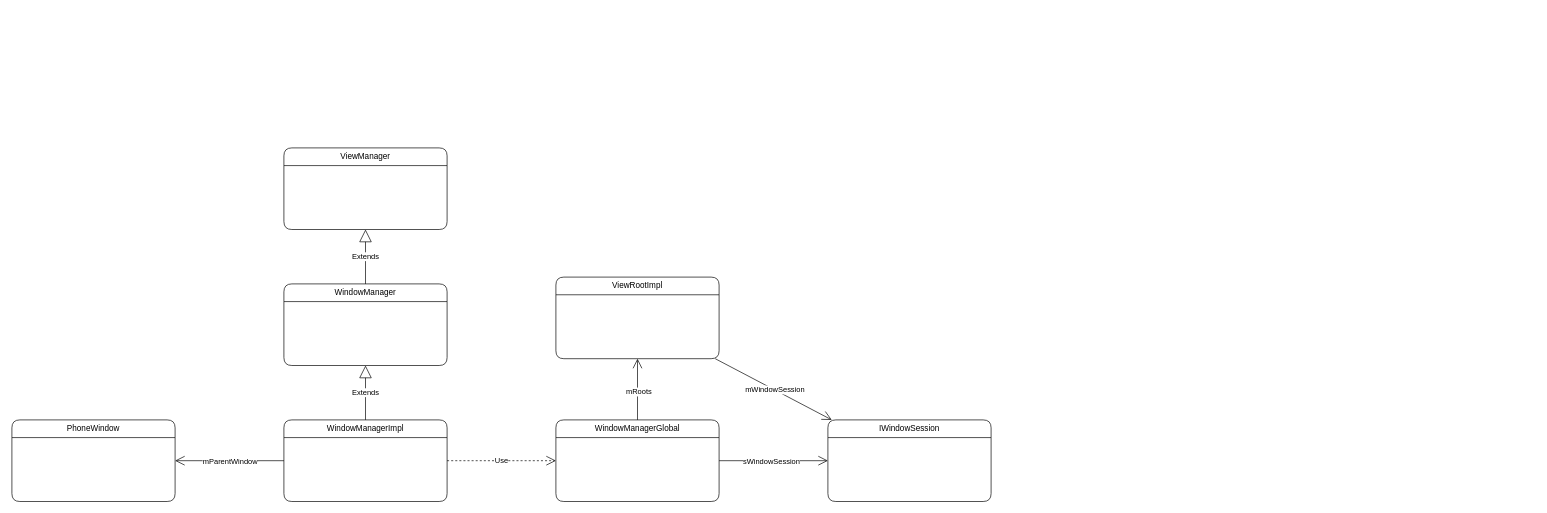
This is page "Class" (5 of 5) of WMS.drawio from Kaling1203/Diagram, a draw.io file, before an edit. Source tidied: cells renumbered, new cells numbered last; positions are measured from the earlier drawing's top-left corner, leaving out a move shared by most shapes. Both pictures are drawn from the tidied source at 68%, with x=0, y=0 at pixel (12, 148).
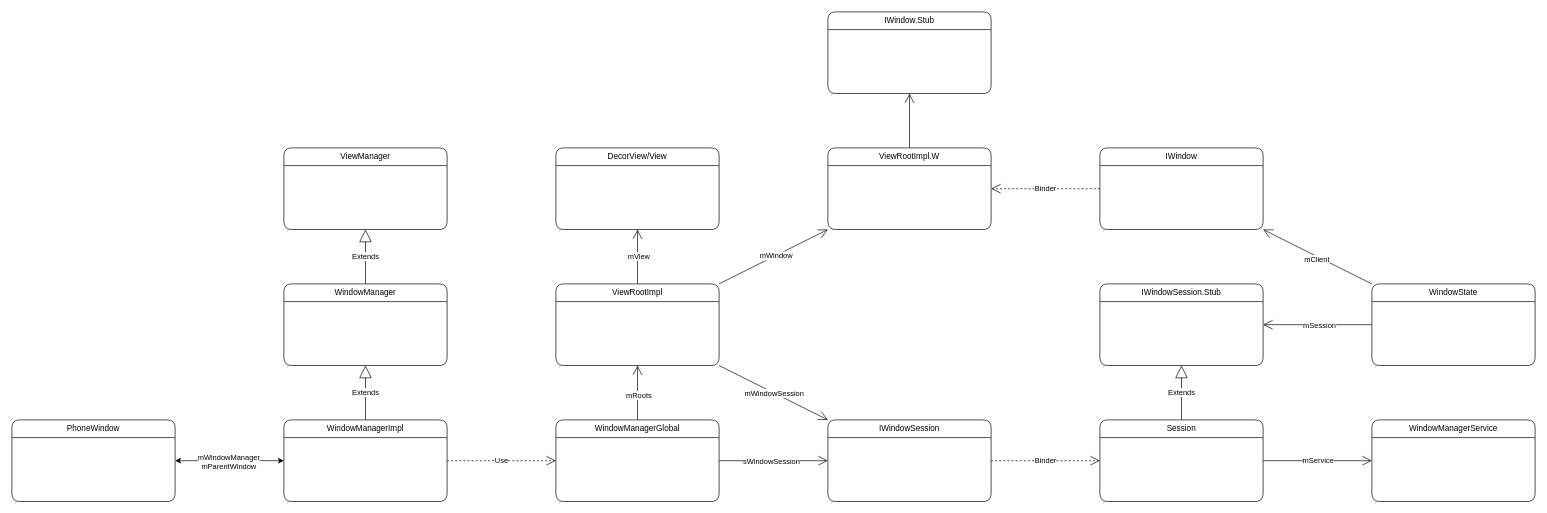
The same page after the edit.

Unchanged cells that the change refers to:
```xml
<mxCell id="5" value="PhoneWindow" style="swimlane;fontStyle=0;horizontal=1;startSize=26;fillColor=none;whiteSpace=wrap;html=1;rounded=1;" parent="1" vertex="1">
  <mxGeometry y="400" width="240" height="120" as="geometry" />
</mxCell>
<mxCell id="6" value="WindowManagerImpl" style="swimlane;fontStyle=0;horizontal=1;startSize=26;fillColor=none;whiteSpace=wrap;html=1;rounded=1;" parent="1" vertex="1">
  <mxGeometry x="400" y="400" width="240" height="120" as="geometry" />
</mxCell>
<mxCell id="13" value="IWindowSession" style="swimlane;fontStyle=0;horizontal=1;startSize=26;fillColor=none;whiteSpace=wrap;html=1;rounded=1;" parent="1" vertex="1">
  <mxGeometry x="1200" y="400" width="240" height="120" as="geometry" />
</mxCell>
```

What changed in the source:
```diff
@@
-    <mxCell id="8" style="endArrow=open;endFill=1;endSize=12;html=1;rounded=0;" parent="1" edge="1" source="6" target="5">
-      <mxGeometry relative="1" as="geometry" />
-    </mxCell>
-    <mxCell id="9" value="mParentWindow" style="edgeLabel;html=1;align=center;verticalAlign=middle;" parent="8" vertex="1">
-      <mxGeometry x="0.1" y="1" relative="1" as="geometry">
-        <mxPoint x="8" y="-1" as="offset" />
-      </mxGeometry>
-    </mxCell>
@@
     <mxCell id="11" value="ViewRootImpl" style="swimlane;fontStyle=0;horizontal=1;startSize=26;fillColor=none;whiteSpace=wrap;html=1;rounded=1;" parent="1" vertex="1">
-      <mxGeometry x="800" y="190" width="240" height="120" as="geometry" />
+      <mxGeometry x="800" y="200" width="240" height="120" as="geometry" />
     </mxCell>
@@
+    <mxCell id="20" value="DecorView/View" style="swimlane;fontStyle=0;horizontal=1;startSize=26;fillColor=none;whiteSpace=wrap;html=1;rounded=1;" parent="1" vertex="1">
+      <mxGeometry x="800" width="240" height="120" as="geometry" />
+    </mxCell>
+    <mxCell id="21" style="endArrow=open;endFill=1;endSize=12;html=1;rounded=0;" parent="1" edge="1" source="11" target="20">
+      <mxGeometry relative="1" as="geometry" />
+    </mxCell>
+    <mxCell id="22" value="mView" style="edgeLabel;html=1;align=center;verticalAlign=middle;" parent="21" vertex="1">
+      <mxGeometry x="0.03" y="-1" relative="1" as="geometry" />
+    </mxCell>
+    <mxCell id="23" value="ViewRootImpl.W" style="swimlane;fontStyle=0;horizontal=1;startSize=26;fillColor=none;whiteSpace=wrap;html=1;rounded=1;" parent="1" vertex="1">
+      <mxGeometry x="1200" width="240" height="120" as="geometry" />
+    </mxCell>
+    <mxCell id="24" style="endArrow=open;endFill=1;endSize=12;html=1;rounded=0;" parent="1" edge="1" source="11" target="23">
+      <mxGeometry relative="1" as="geometry" />
+    </mxCell>
+    <mxCell id="25" value="mWindow" style="edgeLabel;html=1;align=center;verticalAlign=middle;" parent="24" vertex="1">
+      <mxGeometry x="0.04" relative="1" as="geometry" />
+    </mxCell>
+    <mxCell id="26" value="IWindow.Stub" style="swimlane;fontStyle=0;horizontal=1;startSize=26;fillColor=none;whiteSpace=wrap;html=1;rounded=1;" parent="1" vertex="1">
+      <mxGeometry x="1200" y="-200" width="240" height="120" as="geometry" />
+    </mxCell>
+    <mxCell id="27" style="endArrow=open;endFill=1;endSize=12;html=1;rounded=0;" parent="1" edge="1" source="23" target="26">
+      <mxGeometry relative="1" as="geometry" />
+    </mxCell>
+    <mxCell id="28" value="Session" style="swimlane;fontStyle=0;horizontal=1;startSize=26;fillColor=none;whiteSpace=wrap;html=1;rounded=1;" parent="1" vertex="1">
+      <mxGeometry x="1600" y="400" width="240" height="120" as="geometry" />
+    </mxCell>
+    <mxCell id="29" value="IWindowSession.Stub" style="swimlane;fontStyle=0;horizontal=1;startSize=26;fillColor=none;whiteSpace=wrap;html=1;rounded=1;" parent="1" vertex="1">
+      <mxGeometry x="1600" y="200" width="240" height="120" as="geometry" />
+    </mxCell>
+    <mxCell id="30" value="Extends" style="endArrow=block;endSize=16;endFill=0;html=1;rounded=0;" parent="1" edge="1" source="28" target="29">
+      <mxGeometry relative="1" as="geometry" />
+    </mxCell>
+    <mxCell id="31" value="Binder" style="endArrow=open;endSize=12;dashed=1;html=1;rounded=0;" parent="1" edge="1" source="13" target="28">
+      <mxGeometry relative="1" as="geometry" />
+    </mxCell>
+    <mxCell id="32" value="IWindow" style="swimlane;fontStyle=0;horizontal=1;startSize=26;fillColor=none;whiteSpace=wrap;html=1;rounded=1;" parent="1" vertex="1">
+      <mxGeometry x="1600" width="240" height="120" as="geometry" />
+    </mxCell>
+    <mxCell id="33" value="Binder" style="endArrow=open;endSize=12;dashed=1;html=1;rounded=0;" parent="1" edge="1" source="32" target="23">
+      <mxGeometry relative="1" as="geometry" />
+    </mxCell>
+    <mxCell id="34" value="WindowManagerService" style="swimlane;fontStyle=0;horizontal=1;startSize=26;fillColor=none;whiteSpace=wrap;html=1;rounded=1;" parent="1" vertex="1">
+      <mxGeometry x="2000" y="400" width="240" height="120" as="geometry" />
+    </mxCell>
+    <mxCell id="35" style="endArrow=classic;startArrow=classic;html=1;rounded=0;" parent="1" edge="1" source="5" target="6">
+      <mxGeometry relative="1" as="geometry" />
+    </mxCell>
+    <mxCell id="36" value="&lt;div&gt;mWindowManager&lt;/div&gt;&lt;div&gt;mParentWindow&lt;/div&gt;" style="edgeLabel;html=1;align=center;verticalAlign=middle;" parent="35" vertex="1">
+      <mxGeometry x="-0.03" y="-1" relative="1" as="geometry" />
+    </mxCell>
+    <mxCell id="37" style="endArrow=open;endFill=1;endSize=12;html=1;rounded=0;" parent="1" edge="1" source="28" target="34">
+      <mxGeometry relative="1" as="geometry" />
+    </mxCell>
+    <mxCell id="38" value="mService" style="edgeLabel;html=1;align=center;verticalAlign=middle;" parent="37" vertex="1">
+      <mxGeometry y="1" relative="1" as="geometry" />
+    </mxCell>
+    <mxCell id="39" value="WindowState" style="swimlane;fontStyle=0;horizontal=1;startSize=26;fillColor=none;whiteSpace=wrap;html=1;rounded=1;" parent="1" vertex="1">
+      <mxGeometry x="2000" y="200" width="240" height="120" as="geometry" />
+    </mxCell>
+    <mxCell id="40" style="endArrow=open;endFill=1;endSize=12;html=1;rounded=0;" parent="1" edge="1" source="39" target="29">
+      <mxGeometry relative="1" as="geometry" />
+    </mxCell>
+    <mxCell id="41" value="mSession" style="edgeLabel;html=1;align=center;verticalAlign=middle;" parent="40" vertex="1">
+      <mxGeometry x="-0.03" y="1" relative="1" as="geometry" />
+    </mxCell>
+    <mxCell id="42" style="endArrow=open;endFill=1;endSize=12;html=1;rounded=0;" parent="1" edge="1" source="39" target="32">
+      <mxGeometry relative="1" as="geometry" />
+    </mxCell>
+    <mxCell id="43" value="mClient" style="edgeLabel;html=1;align=center;verticalAlign=middle;" parent="42" vertex="1">
+      <mxGeometry x="-0.02" y="3" relative="1" as="geometry">
+        <mxPoint x="-1" as="offset" />
+      </mxGeometry>
+    </mxCell>
```
